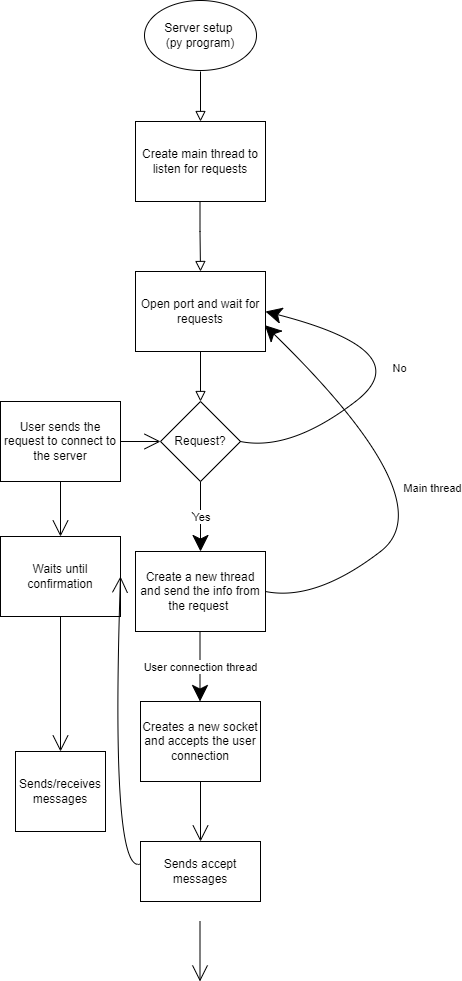
Above: CS484_proj2_flowchart.png in cd2323/hello-world (draw.io), before the change. Source tidied: cells renumbered, new cells last; positions are measured from the earlier drawing's top-left corner, leaving out a move shared by most shapes.
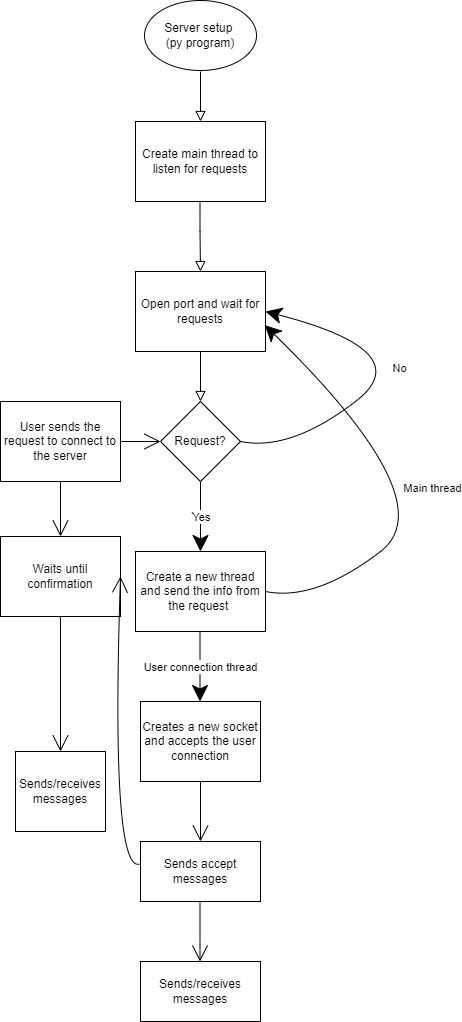
After the change.

What changed in the source:
```diff
@@ -133,9 +133,12 @@
     </mxCell>
     <mxCell id="31" style="edgeStyle=none;orthogonalLoop=1;jettySize=auto;html=1;rounded=0;endArrow=open;startSize=14;endSize=14;sourcePerimeterSpacing=8;targetPerimeterSpacing=8;curved=1;exitX=0.5;exitY=1;exitDx=0;exitDy=0;" parent="1" edge="1">
       <mxGeometry relative="1" as="geometry">
-        <mxPoint x="199.5" y="921" as="sourcePoint" />
-        <mxPoint x="199.5" y="981" as="targetPoint" />
+        <mxPoint x="199.5" y="901" as="sourcePoint" />
+        <mxPoint x="199.5" y="961" as="targetPoint" />
       </mxGeometry>
     </mxCell>
+    <mxCell id="32" value="Sends/receives messages" style="rounded=0;whiteSpace=wrap;html=1;hachureGap=4;" parent="1" vertex="1">
+      <mxGeometry x="140" y="961" width="120" height="60" as="geometry" />
+    </mxCell>
   </root>
 </mxGraphModel>
```
